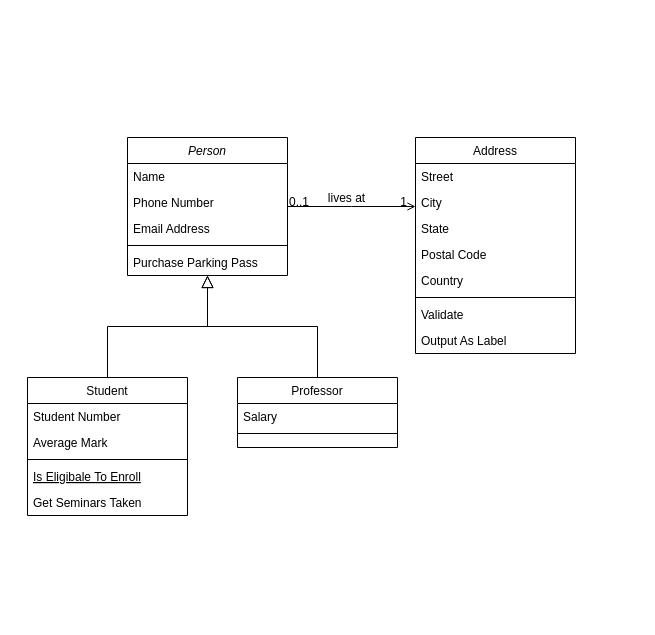
Above: Untitled Diagram.drawio in marcosuzair/actividad-1-unidad-2 (draw.io), before the change. Source tidied: cells renumbered, new cells numbered last; positions are measured from the earlier drawing's top-left corner, leaving out a move shared by most shapes. Both pictures are drawn from the tidied source at 100%, with x=0, y=0 at pixel (27, 137).
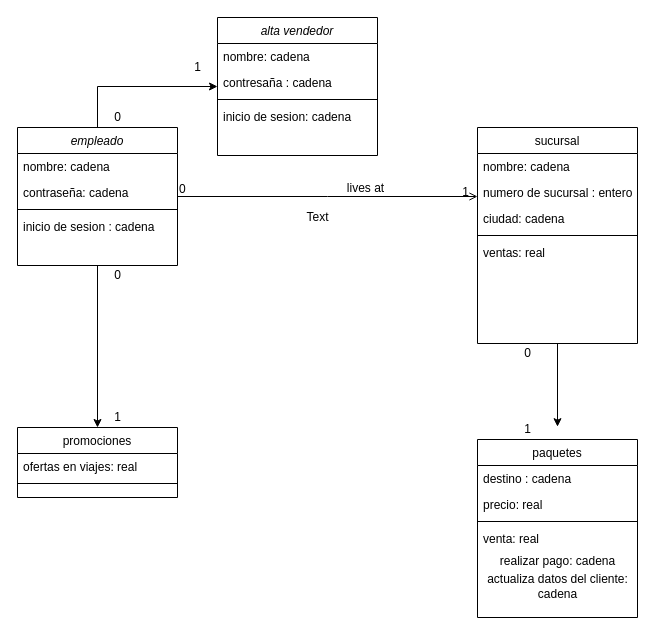
The same page after the edit.

Commit message (it also covers changes not shown here):
diagrama de clase 1

Unchanged cells that the change refers to:
```xml
<mxCell id="28" style="endArrow=open;shadow=0;strokeWidth=1;rounded=0;endFill=1;edgeStyle=elbowEdgeStyle;elbow=vertical;" parent="1" edge="1" source="2" target="19">
  <mxGeometry x="0.5" y="41" relative="1" as="geometry">
    <mxPoint x="-40" y="32" as="offset" />
  </mxGeometry>
</mxCell>
```

Diff of the diagram source:
```diff
@@
+    <mxCell id="32" style="edgeStyle=orthogonalEdgeStyle;rounded=0;jettySize=auto;html=1;" parent="1" edge="1" source="2" target="37">
+      <mxGeometry relative="1" as="geometry">
+        <Array as="points">
+          <mxPoint x="70" y="-51" />
+        </Array>
+      </mxGeometry>
+    </mxCell>
+    <mxCell id="33" style="edgeStyle=orthogonalEdgeStyle;rounded=0;jettySize=auto;html=1;entryX=0.5;entryY=0;entryDx=0;entryDy=0;" parent="1" edge="1" source="2" target="15">
+      <mxGeometry relative="1" as="geometry" />
+    </mxCell>
-    <mxCell id="2" value="Person" style="swimlane;fontStyle=2;align=center;verticalAlign=top;horizontal=1;startSize=26;rounded=0;shadow=0;strokeWidth=1;" parent="1" vertex="1">
-      <mxGeometry x="100" width="160" height="138" as="geometry" />
+    <mxCell id="2" value="empleado" style="swimlane;fontStyle=2;align=center;verticalAlign=top;horizontal=1;startSize=26;rounded=0;shadow=0;strokeWidth=1;" parent="1" vertex="1">
+      <mxGeometry x="-10" y="-10" width="160" height="138" as="geometry" />
     </mxCell>
-    <mxCell id="3" value="Name" style="text;align=left;verticalAlign=top;spacingLeft=4;spacingRight=4;overflow=hidden;" parent="2" vertex="1">
+    <mxCell id="3" value="nombre: cadena" style="text;align=left;verticalAlign=top;spacingLeft=4;spacingRight=4;overflow=hidden;" parent="2" vertex="1">
       <mxGeometry y="26" width="160" height="26" as="geometry" />
     </mxCell>
-    <mxCell id="4" value="Phone Number" style="text;align=left;verticalAlign=top;spacingLeft=4;spacingRight=4;overflow=hidden;rounded=0;shadow=0;html=0;" parent="2" vertex="1">
+    <mxCell id="4" value="contraseña: cadena" style="text;align=left;verticalAlign=top;spacingLeft=4;spacingRight=4;overflow=hidden;rounded=0;shadow=0;html=0;" parent="2" vertex="1">
       <mxGeometry y="52" width="160" height="26" as="geometry" />
     </mxCell>
-    <mxCell id="5" value="Email Address" style="text;align=left;verticalAlign=top;spacingLeft=4;spacingRight=4;overflow=hidden;rounded=0;shadow=0;html=0;" parent="2" vertex="1">
-      <mxGeometry y="78" width="160" height="26" as="geometry" />
-    </mxCell>
     <mxCell id="6" style="line;html=1;strokeWidth=1;align=left;verticalAlign=middle;spacingTop=-1;spacingLeft=3;spacingRight=3;labelPosition=right;" parent="2" vertex="1">
-      <mxGeometry y="104" width="160" height="8" as="geometry" />
+      <mxGeometry y="78" width="160" height="8" as="geometry" />
     </mxCell>
-    <mxCell id="7" value="Purchase Parking Pass" style="text;align=left;verticalAlign=top;spacingLeft=4;spacingRight=4;overflow=hidden;" parent="2" vertex="1">
-      <mxGeometry y="112" width="160" height="26" as="geometry" />
+    <mxCell id="7" value="inicio de sesion : cadena" style="text;align=left;verticalAlign=top;spacingLeft=4;spacingRight=4;overflow=hidden;" parent="2" vertex="1">
+      <mxGeometry y="86" width="160" height="26" as="geometry" />
     </mxCell>
-    <mxCell id="8" value="Student" style="swimlane;fontStyle=0;align=center;verticalAlign=top;horizontal=1;startSize=26;rounded=0;shadow=0;strokeWidth=1;" parent="1" vertex="1">
-      <mxGeometry y="240" width="160" height="138" as="geometry" />
+    <mxCell id="8" value="paquetes" style="swimlane;fontStyle=0;align=center;verticalAlign=top;horizontal=1;startSize=26;rounded=0;shadow=0;strokeWidth=1;" parent="1" vertex="1">
+      <mxGeometry x="450" y="302" width="160" height="178" as="geometry" />
     </mxCell>
-    <mxCell id="9" value="Student Number" style="text;align=left;verticalAlign=top;spacingLeft=4;spacingRight=4;overflow=hidden;" parent="8" vertex="1">
+    <mxCell id="9" value="destino : cadena" style="text;align=left;verticalAlign=top;spacingLeft=4;spacingRight=4;overflow=hidden;" parent="8" vertex="1">
       <mxGeometry y="26" width="160" height="26" as="geometry" />
     </mxCell>
-    <mxCell id="10" value="Average Mark" style="text;align=left;verticalAlign=top;spacingLeft=4;spacingRight=4;overflow=hidden;rounded=0;shadow=0;html=0;" parent="8" vertex="1">
+    <mxCell id="10" value="precio: real" style="text;align=left;verticalAlign=top;spacingLeft=4;spacingRight=4;overflow=hidden;rounded=0;shadow=0;html=0;" parent="8" vertex="1">
       <mxGeometry y="52" width="160" height="26" as="geometry" />
     </mxCell>
@@
-    <mxCell id="12" value="Is Eligibale To Enroll" style="text;align=left;verticalAlign=top;spacingLeft=4;spacingRight=4;overflow=hidden;fontStyle=4;" parent="8" vertex="1">
-      <mxGeometry y="86" width="160" height="26" as="geometry" />
-    </mxCell>
-    <mxCell id="13" value="Get Seminars Taken" style="text;align=left;verticalAlign=top;spacingLeft=4;spacingRight=4;overflow=hidden;" parent="8" vertex="1">
-      <mxGeometry y="112" width="160" height="26" as="geometry" />
+    <mxCell id="13" value="venta: real" style="text;align=left;verticalAlign=top;spacingLeft=4;spacingRight=4;overflow=hidden;" parent="8" vertex="1">
+      <mxGeometry y="86" width="160" height="26" as="geometry" />
     </mxCell>
-    <mxCell id="14" style="endArrow=block;endSize=10;endFill=0;shadow=0;strokeWidth=1;rounded=0;edgeStyle=elbowEdgeStyle;elbow=vertical;" parent="1" edge="1" source="8" target="2">
-      <mxGeometry relative="1" as="geometry" />
-    </mxCell>
+    <mxCell id="34" value="realizar pago: cadena" style="text;html=1;align=center;verticalAlign=middle;" parent="8" vertex="1">
+      <mxGeometry y="112" width="160" height="20" as="geometry" />
+    </mxCell>
+    <mxCell id="35" value="actualiza datos del cliente: &lt;br&gt;cadena" style="text;html=1;align=center;verticalAlign=middle;fillColor=none;strokeColor=none;rounded=0;" parent="8" vertex="1">
+      <mxGeometry y="132" width="160" height="30" as="geometry" />
+    </mxCell>
-    <mxCell id="15" value="Professor" style="swimlane;fontStyle=0;align=center;verticalAlign=top;horizontal=1;startSize=26;rounded=0;shadow=0;strokeWidth=1;" parent="1" vertex="1">
-      <mxGeometry x="210" y="240" width="160" height="70" as="geometry" />
+    <mxCell id="15" value="promociones" style="swimlane;fontStyle=0;align=center;verticalAlign=top;horizontal=1;startSize=26;rounded=0;shadow=0;strokeWidth=1;" parent="1" vertex="1">
+      <mxGeometry x="-10" y="290" width="160" height="70" as="geometry" />
     </mxCell>
-    <mxCell id="16" value="Salary" style="text;align=left;verticalAlign=top;spacingLeft=4;spacingRight=4;overflow=hidden;" parent="15" vertex="1">
+    <mxCell id="16" value="ofertas en viajes: real" style="text;align=left;verticalAlign=top;spacingLeft=4;spacingRight=4;overflow=hidden;" parent="15" vertex="1">
       <mxGeometry y="26" width="160" height="26" as="geometry" />
     </mxCell>
@@
-    <mxCell id="18" style="endArrow=block;endSize=10;endFill=0;shadow=0;strokeWidth=1;rounded=0;edgeStyle=elbowEdgeStyle;elbow=vertical;" parent="1" edge="1" source="15" target="2">
-      <mxGeometry relative="1" as="geometry" />
-    </mxCell>
+    <mxCell id="36" style="edgeStyle=orthogonalEdgeStyle;rounded=0;jettySize=auto;html=1;entryX=0.5;entryY=-0.072;entryDx=0;entryDy=0;entryPerimeter=0;" parent="1" edge="1" source="19" target="8">
+      <mxGeometry relative="1" as="geometry" />
+    </mxCell>
-    <mxCell id="19" value="Address" style="swimlane;fontStyle=0;align=center;verticalAlign=top;horizontal=1;startSize=26;rounded=0;shadow=0;strokeWidth=1;" parent="1" vertex="1">
-      <mxGeometry x="388" width="160" height="216" as="geometry" />
+    <mxCell id="19" value="sucursal" style="swimlane;fontStyle=0;align=center;verticalAlign=top;horizontal=1;startSize=26;rounded=0;shadow=0;strokeWidth=1;" parent="1" vertex="1">
+      <mxGeometry x="450" y="-10" width="160" height="216" as="geometry" />
     </mxCell>
-    <mxCell id="20" value="Street" style="text;align=left;verticalAlign=top;spacingLeft=4;spacingRight=4;overflow=hidden;" parent="19" vertex="1">
+    <mxCell id="20" value="nombre: cadena" style="text;align=left;verticalAlign=top;spacingLeft=4;spacingRight=4;overflow=hidden;" parent="19" vertex="1">
       <mxGeometry y="26" width="160" height="26" as="geometry" />
     </mxCell>
-    <mxCell id="21" value="City" style="text;align=left;verticalAlign=top;spacingLeft=4;spacingRight=4;overflow=hidden;rounded=0;shadow=0;html=0;" parent="19" vertex="1">
+    <mxCell id="21" value="numero de sucursal : entero" style="text;align=left;verticalAlign=top;spacingLeft=4;spacingRight=4;overflow=hidden;rounded=0;shadow=0;html=0;" parent="19" vertex="1">
       <mxGeometry y="52" width="160" height="26" as="geometry" />
     </mxCell>
-    <mxCell id="22" value="State" style="text;align=left;verticalAlign=top;spacingLeft=4;spacingRight=4;overflow=hidden;rounded=0;shadow=0;html=0;" parent="19" vertex="1">
+    <mxCell id="22" value="ciudad: cadena" style="text;align=left;verticalAlign=top;spacingLeft=4;spacingRight=4;overflow=hidden;rounded=0;shadow=0;html=0;" parent="19" vertex="1">
       <mxGeometry y="78" width="160" height="26" as="geometry" />
     </mxCell>
-    <mxCell id="23" value="Postal Code" style="text;align=left;verticalAlign=top;spacingLeft=4;spacingRight=4;overflow=hidden;rounded=0;shadow=0;html=0;" parent="19" vertex="1">
-      <mxGeometry y="104" width="160" height="26" as="geometry" />
-    </mxCell>
-    <mxCell id="24" value="Country" style="text;align=left;verticalAlign=top;spacingLeft=4;spacingRight=4;overflow=hidden;rounded=0;shadow=0;html=0;" parent="19" vertex="1">
-      <mxGeometry y="130" width="160" height="26" as="geometry" />
-    </mxCell>
     <mxCell id="25" style="line;html=1;strokeWidth=1;align=left;verticalAlign=middle;spacingTop=-1;spacingLeft=3;spacingRight=3;labelPosition=right;" parent="19" vertex="1">
-      <mxGeometry y="156" width="160" height="8" as="geometry" />
+      <mxGeometry y="104" width="160" height="8" as="geometry" />
     </mxCell>
-    <mxCell id="26" value="Validate" style="text;align=left;verticalAlign=top;spacingLeft=4;spacingRight=4;overflow=hidden;" parent="19" vertex="1">
-      <mxGeometry y="164" width="160" height="26" as="geometry" />
+    <mxCell id="26" value="ventas: real" style="text;align=left;verticalAlign=top;spacingLeft=4;spacingRight=4;overflow=hidden;" parent="19" vertex="1">
+      <mxGeometry y="112" width="160" height="26" as="geometry" />
     </mxCell>
-    <mxCell id="27" value="Output As Label" style="text;align=left;verticalAlign=top;spacingLeft=4;spacingRight=4;overflow=hidden;" parent="19" vertex="1">
-      <mxGeometry y="190" width="160" height="26" as="geometry" />
-    </mxCell>
@@
-    <mxCell id="29" value="0..1" style="align=left;verticalAlign=bottom;labelBackgroundColor=none;fontSize=12;" parent="28" vertex="1">
+    <mxCell id="29" value="0" style="align=left;verticalAlign=bottom;labelBackgroundColor=none;fontSize=12;" parent="28" vertex="1">
       <mxGeometry x="-1" relative="1" as="geometry">
-        <mxPoint y="4" as="offset" />
+        <mxPoint y="1" as="offset" />
       </mxGeometry>
     </mxCell>
@@
+    <mxCell id="37" value="alta vendedor" style="swimlane;fontStyle=2;align=center;verticalAlign=top;horizontal=1;startSize=26;rounded=0;shadow=0;strokeWidth=1;" parent="1" vertex="1">
+      <mxGeometry x="190" y="-120" width="160" height="138" as="geometry" />
+    </mxCell>
+    <mxCell id="38" value="nombre: cadena" style="text;align=left;verticalAlign=top;spacingLeft=4;spacingRight=4;overflow=hidden;" parent="37" vertex="1">
+      <mxGeometry y="26" width="160" height="26" as="geometry" />
+    </mxCell>
+    <mxCell id="39" value="contresaña : cadena" style="text;align=left;verticalAlign=top;spacingLeft=4;spacingRight=4;overflow=hidden;rounded=0;shadow=0;html=0;" parent="37" vertex="1">
+      <mxGeometry y="52" width="160" height="26" as="geometry" />
+    </mxCell>
+    <mxCell id="40" style="line;html=1;strokeWidth=1;align=left;verticalAlign=middle;spacingTop=-1;spacingLeft=3;spacingRight=3;labelPosition=right;" parent="37" vertex="1">
+      <mxGeometry y="78" width="160" height="8" as="geometry" />
+    </mxCell>
+    <mxCell id="41" value="inicio de sesion: cadena" style="text;align=left;verticalAlign=top;spacingLeft=4;spacingRight=4;overflow=hidden;" parent="37" vertex="1">
+      <mxGeometry y="86" width="160" height="26" as="geometry" />
+    </mxCell>
+    <mxCell id="42" value="Text" style="text;html=1;align=center;verticalAlign=middle;fillColor=none;strokeColor=none;rounded=0;" parent="1" vertex="1">
+      <mxGeometry x="270" y="70" width="40" height="20" as="geometry" />
+    </mxCell>
+    <mxCell id="43" value="0" style="text;html=1;align=center;verticalAlign=middle;fillColor=none;strokeColor=none;rounded=0;" parent="1" vertex="1">
+      <mxGeometry x="80" y="-30" width="20" height="20" as="geometry" />
+    </mxCell>
+    <mxCell id="44" value="1" style="text;html=1;align=center;verticalAlign=middle;fillColor=none;strokeColor=none;rounded=0;" parent="1" vertex="1">
+      <mxGeometry x="160" y="-80" width="20" height="20" as="geometry" />
+    </mxCell>
+    <mxCell id="45" value="1" style="text;html=1;align=center;verticalAlign=middle;fillColor=none;strokeColor=none;rounded=0;" parent="1" vertex="1">
+      <mxGeometry x="80" y="270" width="20" height="20" as="geometry" />
+    </mxCell>
+    <mxCell id="46" value="0" style="text;html=1;align=center;verticalAlign=middle;fillColor=none;strokeColor=none;rounded=0;" parent="1" vertex="1">
+      <mxGeometry x="80" y="128" width="20" height="20" as="geometry" />
+    </mxCell>
+    <mxCell id="47" value="0" style="text;html=1;align=center;verticalAlign=middle;fillColor=none;strokeColor=none;rounded=0;" parent="1" vertex="1">
+      <mxGeometry x="490" y="206" width="20" height="20" as="geometry" />
+    </mxCell>
+    <mxCell id="48" value="1" style="text;html=1;align=center;verticalAlign=middle;fillColor=none;strokeColor=none;rounded=0;" parent="1" vertex="1">
+      <mxGeometry x="490" y="282" width="20" height="20" as="geometry" />
+    </mxCell>
```
